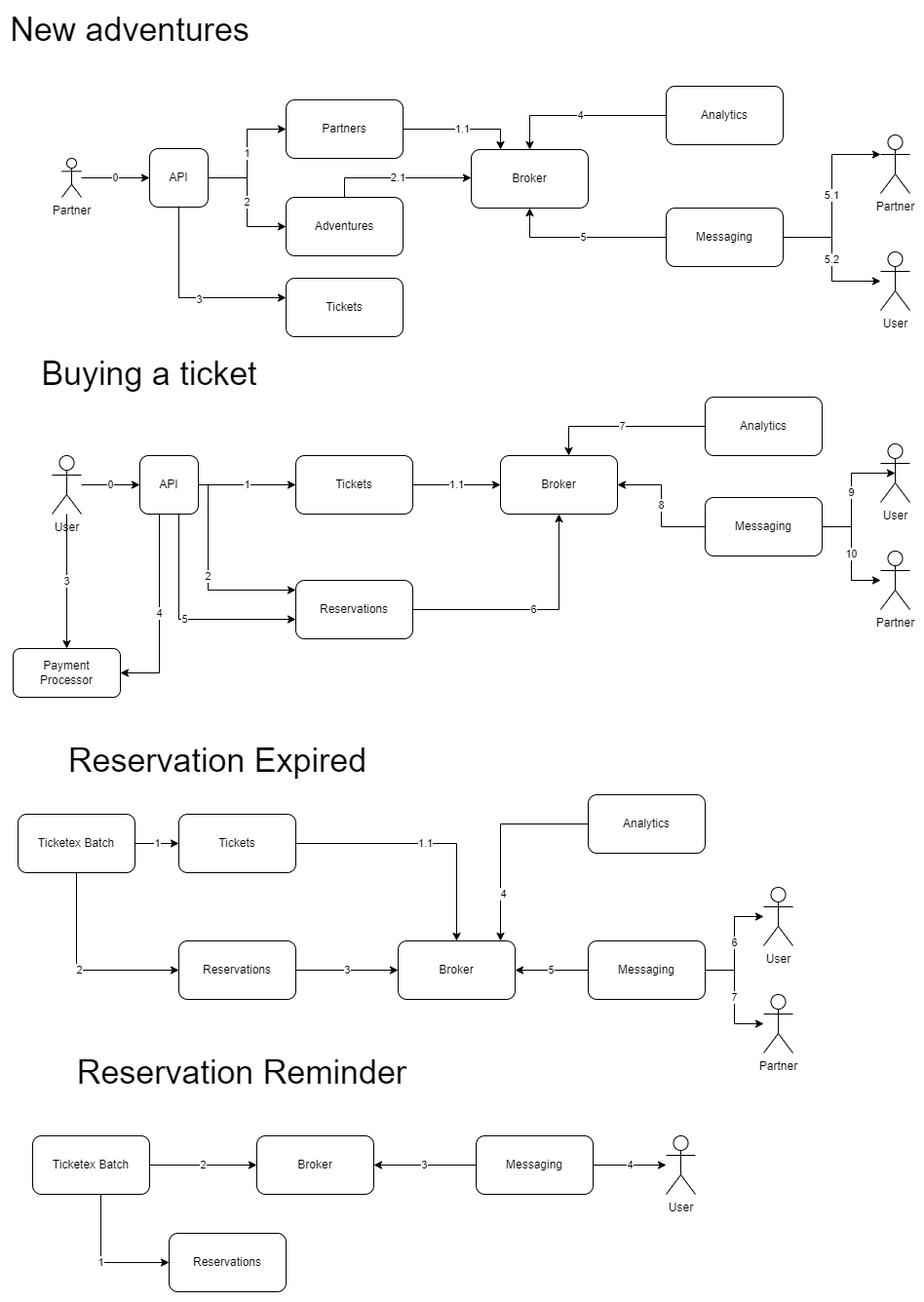
Before: docs/img/arch-Flows.drawio.png, a diagram exported from draw.io (andrescosta/ticketex). Source tidied: cells renumbered, new cells last; positions are measured from the earlier drawing's top-left corner, leaving out a move shared by most shapes. Its diagram source:
```xml
<mxGraphModel>
  <root>
    <mxCell id="0" />
    <mxCell id="1" parent="0" />
    <mxCell id="2" value="Partner" style="shape=umlActor;verticalLabelPosition=bottom;verticalAlign=top;html=1;outlineConnect=0;" parent="1" vertex="1">
      <mxGeometry x="50" y="147" width="20" height="40" as="geometry" />
    </mxCell>
    <mxCell id="3" value="1" style="edgeStyle=orthogonalEdgeStyle;rounded=0;jettySize=auto;html=1;" parent="1" edge="1" source="7" target="9">
      <mxGeometry relative="1" as="geometry" />
    </mxCell>
    <mxCell id="4" value="2" style="edgeStyle=orthogonalEdgeStyle;rounded=0;jettySize=auto;html=1;" parent="1" edge="1" source="7" target="11">
      <mxGeometry relative="1" as="geometry" />
    </mxCell>
    <mxCell id="5" style="edgeStyle=orthogonalEdgeStyle;rounded=0;jettySize=auto;html=1;" parent="1" edge="1" source="7" target="75">
      <mxGeometry relative="1" as="geometry">
        <Array as="points">
          <mxPoint x="170" y="290" />
        </Array>
      </mxGeometry>
    </mxCell>
    <mxCell id="6" value="3" style="edgeLabel;html=1;align=center;verticalAlign=middle;" parent="5" vertex="1">
      <mxGeometry x="0.11" y="-1" relative="1" as="geometry" />
    </mxCell>
    <mxCell id="7" value="API" style="rounded=1;whiteSpace=wrap;html=1;" parent="1" vertex="1">
      <mxGeometry x="140" y="137" width="60" height="60" as="geometry" />
    </mxCell>
    <mxCell id="8" value="1.1" style="edgeStyle=orthogonalEdgeStyle;rounded=0;jettySize=auto;html=1;entryX=0.25;entryY=0;entryDx=0;entryDy=0;" parent="1" edge="1" source="9" target="12">
      <mxGeometry relative="1" as="geometry" />
    </mxCell>
    <mxCell id="9" value="Partners" style="rounded=1;whiteSpace=wrap;html=1;" parent="1" vertex="1">
      <mxGeometry x="280" y="87" width="120" height="60" as="geometry" />
    </mxCell>
    <mxCell id="10" value="2.1" style="edgeStyle=orthogonalEdgeStyle;rounded=0;jettySize=auto;html=1;" parent="1" edge="1" source="11" target="12">
      <mxGeometry relative="1" as="geometry">
        <Array as="points">
          <mxPoint x="340" y="167" />
        </Array>
      </mxGeometry>
    </mxCell>
    <mxCell id="11" value="Adventures" style="rounded=1;whiteSpace=wrap;html=1;" parent="1" vertex="1">
      <mxGeometry x="280" y="187" width="120" height="60" as="geometry" />
    </mxCell>
    <mxCell id="12" value="Broker" style="rounded=1;whiteSpace=wrap;html=1;" parent="1" vertex="1">
      <mxGeometry x="470" y="138" width="120" height="60" as="geometry" />
    </mxCell>
    <mxCell id="13" value="5.2" style="edgeStyle=orthogonalEdgeStyle;rounded=0;jettySize=auto;html=1;" parent="1" edge="1" source="16" target="17">
      <mxGeometry relative="1" as="geometry" />
    </mxCell>
    <mxCell id="14" value="5.1" style="edgeStyle=orthogonalEdgeStyle;rounded=0;jettySize=auto;html=1;entryX=0;entryY=0.3333333333333333;entryDx=0;entryDy=0;entryPerimeter=0;" parent="1" edge="1" source="16" target="46">
      <mxGeometry relative="1" as="geometry" />
    </mxCell>
    <mxCell id="15" value="5" style="edgeStyle=orthogonalEdgeStyle;rounded=0;jettySize=auto;html=1;" parent="1" edge="1" source="16" target="12">
      <mxGeometry relative="1" as="geometry">
        <Array as="points">
          <mxPoint x="530" y="228" />
        </Array>
      </mxGeometry>
    </mxCell>
    <mxCell id="16" value="Messaging" style="rounded=1;whiteSpace=wrap;html=1;" parent="1" vertex="1">
      <mxGeometry x="670" y="198" width="120" height="60" as="geometry" />
    </mxCell>
    <mxCell id="17" value="User" style="shape=umlActor;verticalLabelPosition=bottom;verticalAlign=top;html=1;outlineConnect=0;" parent="1" vertex="1">
      <mxGeometry x="890" y="243" width="30" height="60" as="geometry" />
    </mxCell>
    <mxCell id="18" value="0" style="endArrow=classic;html=1;rounded=0;" parent="1" edge="1" source="2" target="7">
      <mxGeometry relative="1" as="geometry" />
    </mxCell>
    <mxCell id="19" value="0" style="edgeStyle=orthogonalEdgeStyle;rounded=0;jettySize=auto;html=1;" parent="1" edge="1" source="21" target="26">
      <mxGeometry relative="1" as="geometry" />
    </mxCell>
    <mxCell id="20" value="3" style="edgeStyle=orthogonalEdgeStyle;rounded=0;jettySize=auto;html=1;" parent="1" edge="1" source="21" target="31">
      <mxGeometry relative="1" as="geometry" />
    </mxCell>
    <mxCell id="21" value="User" style="shape=umlActor;verticalLabelPosition=bottom;verticalAlign=top;html=1;outlineConnect=0;" parent="1" vertex="1">
      <mxGeometry x="40" y="452" width="30" height="60" as="geometry" />
    </mxCell>
    <mxCell id="22" value="1" style="edgeStyle=orthogonalEdgeStyle;rounded=0;jettySize=auto;html=1;" parent="1" edge="1" source="26" target="28">
      <mxGeometry relative="1" as="geometry" />
    </mxCell>
    <mxCell id="23" value="2" style="edgeStyle=orthogonalEdgeStyle;rounded=0;jettySize=auto;html=1;" parent="1" edge="1" source="26" target="30">
      <mxGeometry relative="1" as="geometry">
        <Array as="points">
          <mxPoint x="200" y="482" />
          <mxPoint x="200" y="590" />
        </Array>
      </mxGeometry>
    </mxCell>
    <mxCell id="24" value="4" style="edgeStyle=orthogonalEdgeStyle;rounded=0;jettySize=auto;html=1;" parent="1" edge="1" source="26" target="31">
      <mxGeometry relative="1" as="geometry">
        <Array as="points">
          <mxPoint x="150" y="675" />
        </Array>
      </mxGeometry>
    </mxCell>
    <mxCell id="25" value="5" style="edgeStyle=orthogonalEdgeStyle;rounded=0;jettySize=auto;html=1;" parent="1" edge="1" source="26" target="30">
      <mxGeometry relative="1" as="geometry">
        <Array as="points">
          <mxPoint x="170" y="620" />
        </Array>
      </mxGeometry>
    </mxCell>
    <mxCell id="26" value="API" style="rounded=1;whiteSpace=wrap;html=1;" parent="1" vertex="1">
      <mxGeometry x="130" y="452" width="60" height="60" as="geometry" />
    </mxCell>
    <mxCell id="27" value="1.1" style="edgeStyle=orthogonalEdgeStyle;rounded=0;jettySize=auto;html=1;" parent="1" edge="1" source="28" target="32">
      <mxGeometry relative="1" as="geometry" />
    </mxCell>
    <mxCell id="28" value="Tickets" style="rounded=1;whiteSpace=wrap;html=1;" parent="1" vertex="1">
      <mxGeometry x="290" y="452" width="120" height="60" as="geometry" />
    </mxCell>
    <mxCell id="29" value="6" style="edgeStyle=orthogonalEdgeStyle;rounded=0;jettySize=auto;html=1;entryX=0.5;entryY=1;entryDx=0;entryDy=0;" parent="1" edge="1" source="30" target="32">
      <mxGeometry relative="1" as="geometry" />
    </mxCell>
    <mxCell id="30" value="Reservations" style="rounded=1;whiteSpace=wrap;html=1;" parent="1" vertex="1">
      <mxGeometry x="290" y="580" width="120" height="60" as="geometry" />
    </mxCell>
    <mxCell id="31" value="Payment &lt;br&gt;Processor" style="rounded=1;whiteSpace=wrap;html=1;" parent="1" vertex="1">
      <mxGeometry y="650" width="110" height="50" as="geometry" />
    </mxCell>
    <mxCell id="32" value="Broker" style="rounded=1;whiteSpace=wrap;html=1;" parent="1" vertex="1">
      <mxGeometry x="500" y="452" width="120" height="60" as="geometry" />
    </mxCell>
    <mxCell id="33" value="8" style="edgeStyle=orthogonalEdgeStyle;rounded=0;jettySize=auto;html=1;entryX=1;entryY=0.5;entryDx=0;entryDy=0;" parent="1" edge="1" source="36" target="32">
      <mxGeometry relative="1" as="geometry" />
    </mxCell>
    <mxCell id="34" value="10" style="edgeStyle=orthogonalEdgeStyle;rounded=0;jettySize=auto;html=1;" parent="1" edge="1" source="36" target="38">
      <mxGeometry relative="1" as="geometry" />
    </mxCell>
    <mxCell id="35" value="9" style="edgeStyle=orthogonalEdgeStyle;rounded=0;jettySize=auto;html=1;entryX=0.5;entryY=0.5;entryDx=0;entryDy=0;entryPerimeter=0;" parent="1" edge="1" source="36" target="37">
      <mxGeometry relative="1" as="geometry" />
    </mxCell>
    <mxCell id="36" value="Messaging" style="rounded=1;whiteSpace=wrap;html=1;" parent="1" vertex="1">
      <mxGeometry x="710" y="495" width="120" height="60" as="geometry" />
    </mxCell>
    <mxCell id="37" value="User" style="shape=umlActor;verticalLabelPosition=bottom;verticalAlign=top;html=1;outlineConnect=0;" parent="1" vertex="1">
      <mxGeometry x="890" y="440" width="30" height="60" as="geometry" />
    </mxCell>
    <mxCell id="38" value="Partner" style="shape=umlActor;verticalLabelPosition=bottom;verticalAlign=top;html=1;outlineConnect=0;" parent="1" vertex="1">
      <mxGeometry x="890" y="550" width="30" height="60" as="geometry" />
    </mxCell>
    <mxCell id="39" value="New&amp;nbsp;adventures" style="text;html=1;strokeColor=none;fillColor=none;align=center;verticalAlign=middle;whiteSpace=wrap;rounded=0;fontSize=34;" parent="1" vertex="1">
      <mxGeometry width="240" height="30" as="geometry" />
    </mxCell>
    <mxCell id="40" value="Buying a ticket" style="text;html=1;strokeColor=none;fillColor=none;align=center;verticalAlign=middle;whiteSpace=wrap;rounded=0;fontSize=34;" parent="1" vertex="1">
      <mxGeometry x="20" y="353" width="240" height="30" as="geometry" />
    </mxCell>
    <mxCell id="41" value="Reservation Expired" style="text;html=1;strokeColor=none;fillColor=none;align=center;verticalAlign=middle;whiteSpace=wrap;rounded=0;fontSize=34;" parent="1" vertex="1">
      <mxGeometry x="40" y="750" width="340" height="30" as="geometry" />
    </mxCell>
    <mxCell id="42" value="4" style="edgeStyle=orthogonalEdgeStyle;rounded=0;jettySize=auto;html=1;" parent="1" edge="1" source="43" target="12">
      <mxGeometry relative="1" as="geometry" />
    </mxCell>
    <mxCell id="43" value="Analytics" style="rounded=1;whiteSpace=wrap;html=1;" parent="1" vertex="1">
      <mxGeometry x="670" y="73" width="120" height="60" as="geometry" />
    </mxCell>
    <mxCell id="44" value="7" style="edgeStyle=orthogonalEdgeStyle;rounded=0;jettySize=auto;html=1;" parent="1" edge="1" source="45" target="32">
      <mxGeometry relative="1" as="geometry">
        <Array as="points">
          <mxPoint x="570" y="422" />
        </Array>
      </mxGeometry>
    </mxCell>
    <mxCell id="45" value="Analytics" style="rounded=1;whiteSpace=wrap;html=1;" parent="1" vertex="1">
      <mxGeometry x="710" y="392" width="120" height="60" as="geometry" />
    </mxCell>
    <mxCell id="46" value="Partner" style="shape=umlActor;verticalLabelPosition=bottom;verticalAlign=top;html=1;outlineConnect=0;" parent="1" vertex="1">
      <mxGeometry x="890" y="123" width="30" height="60" as="geometry" />
    </mxCell>
    <mxCell id="47" value="3" style="edgeStyle=orthogonalEdgeStyle;rounded=0;jettySize=auto;html=1;" parent="1" edge="1" source="48" target="49">
      <mxGeometry relative="1" as="geometry" />
    </mxCell>
    <mxCell id="48" value="Reservations" style="rounded=1;whiteSpace=wrap;html=1;" parent="1" vertex="1">
      <mxGeometry x="170" y="950" width="120" height="60" as="geometry" />
    </mxCell>
    <mxCell id="49" value="Broker" style="rounded=1;whiteSpace=wrap;html=1;" parent="1" vertex="1">
      <mxGeometry x="395" y="950" width="120" height="60" as="geometry" />
    </mxCell>
    <mxCell id="50" value="6" style="edgeStyle=orthogonalEdgeStyle;rounded=0;jettySize=auto;html=1;" parent="1" edge="1" source="53" target="54">
      <mxGeometry relative="1" as="geometry" />
    </mxCell>
    <mxCell id="51" value="7" style="edgeStyle=orthogonalEdgeStyle;rounded=0;jettySize=auto;html=1;" parent="1" edge="1" source="53" target="57">
      <mxGeometry relative="1" as="geometry" />
    </mxCell>
    <mxCell id="52" value="5" style="edgeStyle=orthogonalEdgeStyle;rounded=0;jettySize=auto;html=1;" parent="1" edge="1" source="53" target="49">
      <mxGeometry relative="1" as="geometry" />
    </mxCell>
    <mxCell id="53" value="Messaging" style="rounded=1;whiteSpace=wrap;html=1;" parent="1" vertex="1">
      <mxGeometry x="590" y="950" width="120" height="60" as="geometry" />
    </mxCell>
    <mxCell id="54" value="User" style="shape=umlActor;verticalLabelPosition=bottom;verticalAlign=top;html=1;outlineConnect=0;" parent="1" vertex="1">
      <mxGeometry x="770" y="895" width="30" height="60" as="geometry" />
    </mxCell>
    <mxCell id="55" value="1.1" style="edgeStyle=orthogonalEdgeStyle;rounded=0;jettySize=auto;html=1;" parent="1" edge="1" source="56" target="49">
      <mxGeometry relative="1" as="geometry" />
    </mxCell>
    <mxCell id="56" value="Tickets" style="rounded=1;whiteSpace=wrap;html=1;" parent="1" vertex="1">
      <mxGeometry x="170" y="820" width="120" height="60" as="geometry" />
    </mxCell>
    <mxCell id="57" value="Partner" style="shape=umlActor;verticalLabelPosition=bottom;verticalAlign=top;html=1;outlineConnect=0;" parent="1" vertex="1">
      <mxGeometry x="770" y="1005" width="30" height="60" as="geometry" />
    </mxCell>
    <mxCell id="58" value="1" style="edgeStyle=orthogonalEdgeStyle;rounded=0;jettySize=auto;html=1;" parent="1" edge="1" source="60" target="56">
      <mxGeometry relative="1" as="geometry" />
    </mxCell>
    <mxCell id="59" value="2" style="edgeStyle=orthogonalEdgeStyle;rounded=0;jettySize=auto;html=1;" parent="1" edge="1" source="60" target="48">
      <mxGeometry relative="1" as="geometry">
        <Array as="points">
          <mxPoint x="65" y="980" />
        </Array>
      </mxGeometry>
    </mxCell>
    <mxCell id="60" value="Ticketex&amp;nbsp;Batch" style="rounded=1;whiteSpace=wrap;html=1;" parent="1" vertex="1">
      <mxGeometry x="5" y="820" width="120" height="60" as="geometry" />
    </mxCell>
    <mxCell id="61" style="edgeStyle=orthogonalEdgeStyle;rounded=0;jettySize=auto;html=1;" parent="1" edge="1" source="63" target="49">
      <mxGeometry relative="1" as="geometry">
        <Array as="points">
          <mxPoint x="500" y="830" />
        </Array>
      </mxGeometry>
    </mxCell>
    <mxCell id="62" value="4" style="edgeLabel;html=1;align=center;verticalAlign=middle;" parent="61" vertex="1">
      <mxGeometry x="0.53" y="2" relative="1" as="geometry" />
    </mxCell>
    <mxCell id="63" value="Analytics" style="rounded=1;whiteSpace=wrap;html=1;" parent="1" vertex="1">
      <mxGeometry x="590" y="800" width="120" height="60" as="geometry" />
    </mxCell>
    <mxCell id="64" value="Reservation Reminder" style="text;html=1;strokeColor=none;fillColor=none;align=center;verticalAlign=middle;whiteSpace=wrap;rounded=0;fontSize=34;" parent="1" vertex="1">
      <mxGeometry x="20" y="1070" width="430" height="30" as="geometry" />
    </mxCell>
    <mxCell id="65" style="edgeStyle=orthogonalEdgeStyle;rounded=0;orthogonalLoop=1;jettySize=auto;html=1;exitX=0.5;exitY=1;exitDx=0;exitDy=0;" parent="1" edge="1">
      <mxGeometry relative="1" as="geometry">
        <mxPoint x="235" y="1120" as="sourcePoint" />
        <mxPoint x="235" y="1120" as="targetPoint" />
      </mxGeometry>
    </mxCell>
    <mxCell id="66" value="1" style="edgeStyle=orthogonalEdgeStyle;rounded=0;jettySize=auto;html=1;" parent="1" edge="1" source="68" target="69">
      <mxGeometry relative="1" as="geometry">
        <Array as="points">
          <mxPoint x="90" y="1280" />
        </Array>
      </mxGeometry>
    </mxCell>
    <mxCell id="67" value="2" style="edgeStyle=orthogonalEdgeStyle;rounded=0;jettySize=auto;html=1;" parent="1" edge="1" source="68" target="70">
      <mxGeometry relative="1" as="geometry" />
    </mxCell>
    <mxCell id="68" value="Ticketex&amp;nbsp;Batch" style="rounded=1;whiteSpace=wrap;html=1;" parent="1" vertex="1">
      <mxGeometry x="20" y="1150" width="120" height="60" as="geometry" />
    </mxCell>
    <mxCell id="69" value="Reservations" style="rounded=1;whiteSpace=wrap;html=1;" parent="1" vertex="1">
      <mxGeometry x="160" y="1250" width="120" height="60" as="geometry" />
    </mxCell>
    <mxCell id="70" value="Broker" style="rounded=1;whiteSpace=wrap;html=1;" parent="1" vertex="1">
      <mxGeometry x="250" y="1150" width="120" height="60" as="geometry" />
    </mxCell>
    <mxCell id="71" value="4" style="edgeStyle=orthogonalEdgeStyle;rounded=0;jettySize=auto;html=1;" parent="1" edge="1" source="73" target="74">
      <mxGeometry relative="1" as="geometry" />
    </mxCell>
    <mxCell id="72" value="3" style="edgeStyle=orthogonalEdgeStyle;rounded=0;jettySize=auto;html=1;" parent="1" edge="1" source="73" target="70">
      <mxGeometry relative="1" as="geometry" />
    </mxCell>
    <mxCell id="73" value="Messaging" style="rounded=1;whiteSpace=wrap;html=1;" parent="1" vertex="1">
      <mxGeometry x="475" y="1150" width="120" height="60" as="geometry" />
    </mxCell>
    <mxCell id="74" value="User" style="shape=umlActor;verticalLabelPosition=bottom;verticalAlign=top;html=1;outlineConnect=0;" parent="1" vertex="1">
      <mxGeometry x="670" y="1150" width="30" height="60" as="geometry" />
    </mxCell>
    <mxCell id="75" value="Tickets" style="rounded=1;whiteSpace=wrap;html=1;" parent="1" vertex="1">
      <mxGeometry x="280" y="270" width="120" height="60" as="geometry" />
    </mxCell>
  </root>
</mxGraphModel>
```
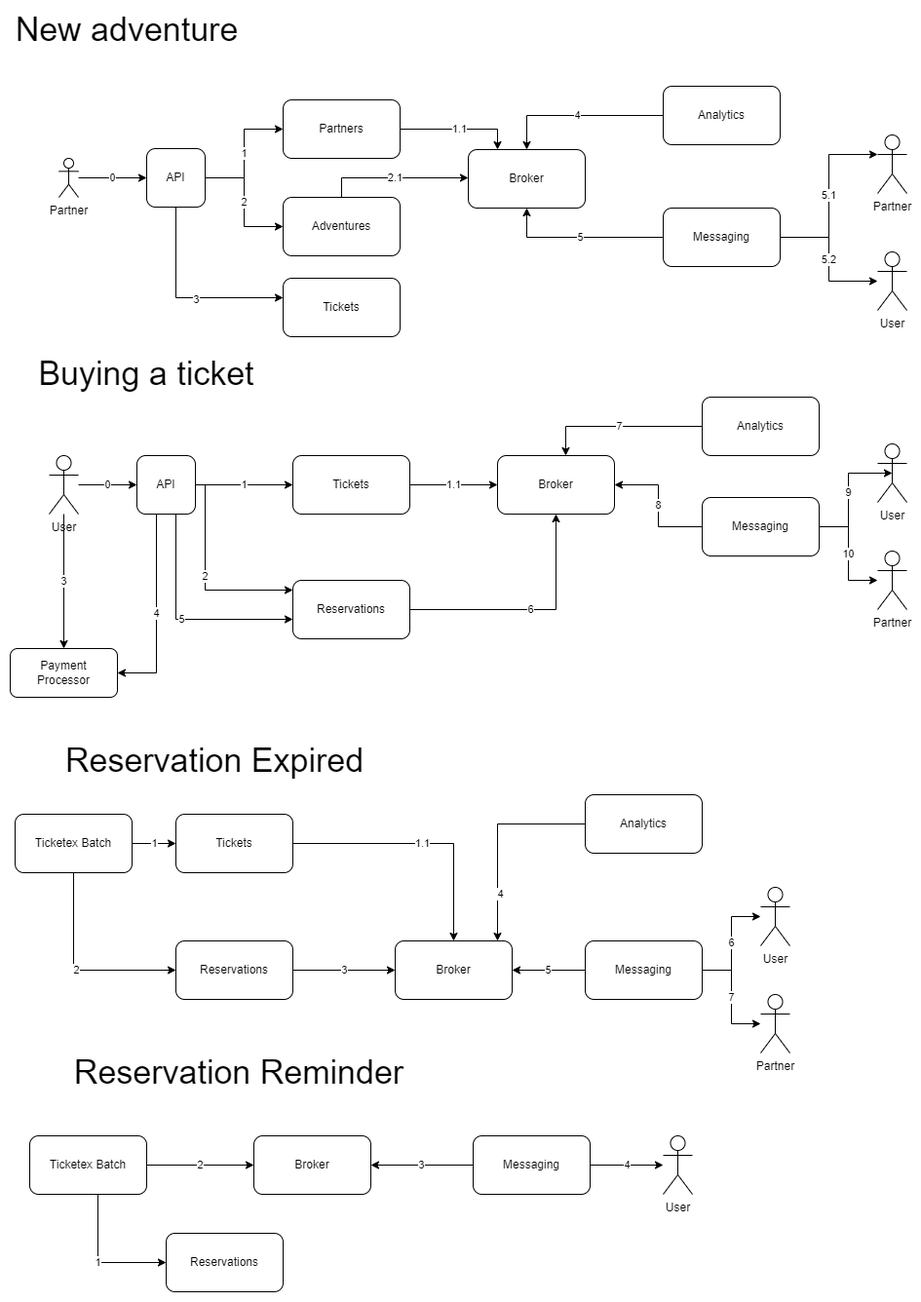
The same file after the commit.

What changed in the source:
```diff
@@ -138,7 +138,7 @@
     <mxCell id="38" value="Partner" style="shape=umlActor;verticalLabelPosition=bottom;verticalAlign=top;html=1;outlineConnect=0;" parent="1" vertex="1">
       <mxGeometry x="890" y="550" width="30" height="60" as="geometry" />
     </mxCell>
-    <mxCell id="39" value="New&amp;nbsp;adventures" style="text;html=1;strokeColor=none;fillColor=none;align=center;verticalAlign=middle;whiteSpace=wrap;rounded=0;fontSize=34;" parent="1" vertex="1">
+    <mxCell id="39" value="New&amp;nbsp;adventure" style="text;html=1;strokeColor=none;fillColor=none;align=center;verticalAlign=middle;whiteSpace=wrap;rounded=0;fontSize=34;" parent="1" vertex="1">
       <mxGeometry width="240" height="30" as="geometry" />
     </mxCell>
     <mxCell id="40" value="Buying a ticket" style="text;html=1;strokeColor=none;fillColor=none;align=center;verticalAlign=middle;whiteSpace=wrap;rounded=0;fontSize=34;" parent="1" vertex="1">
```
